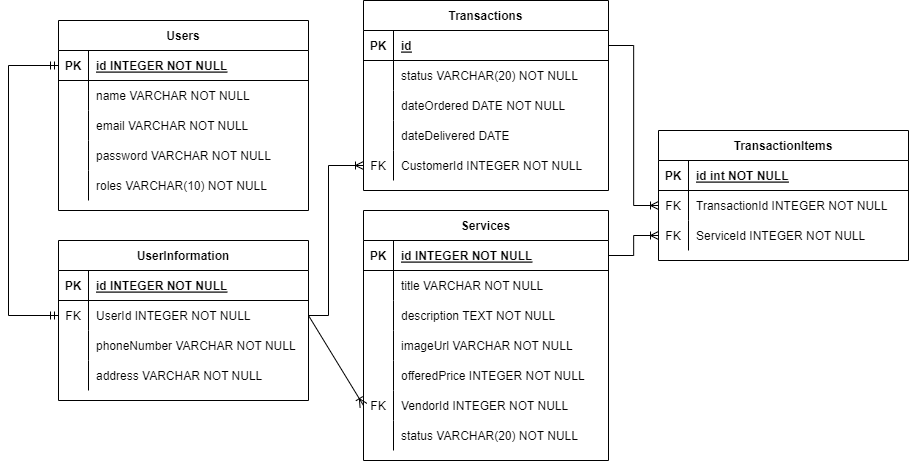
Before: ERD.png, a diagram exported from draw.io (ValYauw/Caketopia). Source tidied: cells renumbered, new cells last; positions are measured from the earlier drawing's top-left corner, leaving out a move shared by most shapes.
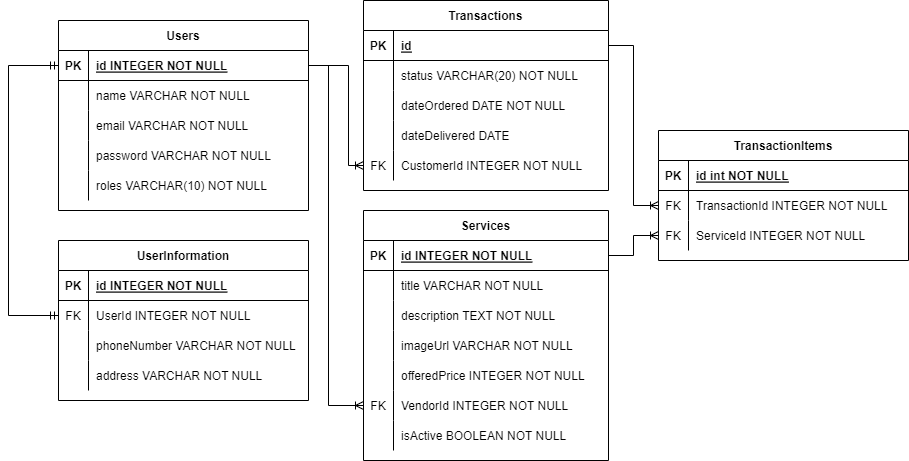
Above is the later version.

Change to the diagram source:
```diff
@@ -191,7 +191,7 @@
     <mxCell id="64" style="shape=partialRectangle;overflow=hidden;fillColor=none;top=0;left=0;bottom=0;right=0;" parent="63" vertex="1">
       <mxGeometry width="30" height="30" as="geometry" />
     </mxCell>
-    <mxCell id="65" value="status VARCHAR(20) NOT NULL" style="shape=partialRectangle;overflow=hidden;fillColor=none;top=0;left=0;bottom=0;right=0;align=left;spacingLeft=6;" parent="63" vertex="1">
+    <mxCell id="65" value="isActive BOOLEAN NOT NULL" style="shape=partialRectangle;overflow=hidden;fillColor=none;top=0;left=0;bottom=0;right=0;align=left;spacingLeft=6;" parent="63" vertex="1">
       <mxGeometry x="30" width="215" height="30" as="geometry" />
     </mxCell>
     <mxCell id="66" value="UserInformation" style="shape=table;startSize=30;rowLines=0;fontStyle=1;align=center;" parent="1" vertex="1">
@@ -233,10 +233,10 @@
     <mxCell id="78" value="address VARCHAR NOT NULL" style="shape=partialRectangle;overflow=hidden;fillColor=none;top=0;left=0;bottom=0;right=0;align=left;spacingLeft=6;" parent="76" vertex="1">
       <mxGeometry x="30" width="220" height="30" as="geometry" />
     </mxCell>
-    <mxCell id="79" style="edgeStyle=elbowEdgeStyle;fontSize=12;html=1;endArrow=ERoneToMany;rounded=0;exitX=1;exitY=0.5;exitDx=0;exitDy=0;entryX=0;entryY=0.5;entryDx=0;entryDy=0;" parent="1" edge="1" source="70" target="15">
+    <mxCell id="79" style="edgeStyle=elbowEdgeStyle;fontSize=12;html=1;endArrow=ERoneToMany;rounded=0;exitX=1;exitY=0.5;exitDx=0;exitDy=0;entryX=0;entryY=0.5;entryDx=0;entryDy=0;" parent="1" edge="1" source="29" target="15">
       <mxGeometry relative="1" as="geometry">
         <Array as="points">
-          <mxPoint x="320" y="180" />
+          <mxPoint x="340" y="120" />
         </Array>
       </mxGeometry>
     </mxCell>
@@ -253,8 +253,12 @@
         </Array>
       </mxGeometry>
     </mxCell>
-    <mxCell id="83" style="fontSize=12;html=1;endArrow=ERoneToMany;rounded=0;elbow=vertical;exitX=1;exitY=0.5;exitDx=0;exitDy=0;entryX=0;entryY=0.5;entryDx=0;entryDy=0;" parent="1" edge="1" source="70" target="60">
-      <mxGeometry relative="1" as="geometry" />
+    <mxCell id="83" style="fontSize=12;html=1;endArrow=ERoneToMany;rounded=0;exitX=1;exitY=0.5;exitDx=0;exitDy=0;entryX=0;entryY=0.5;entryDx=0;entryDy=0;edgeStyle=elbowEdgeStyle;" parent="1" edge="1" source="29" target="60">
+      <mxGeometry relative="1" as="geometry">
+        <Array as="points">
+          <mxPoint x="320" y="250" />
+        </Array>
+      </mxGeometry>
     </mxCell>
   </root>
 </mxGraphModel>
```
